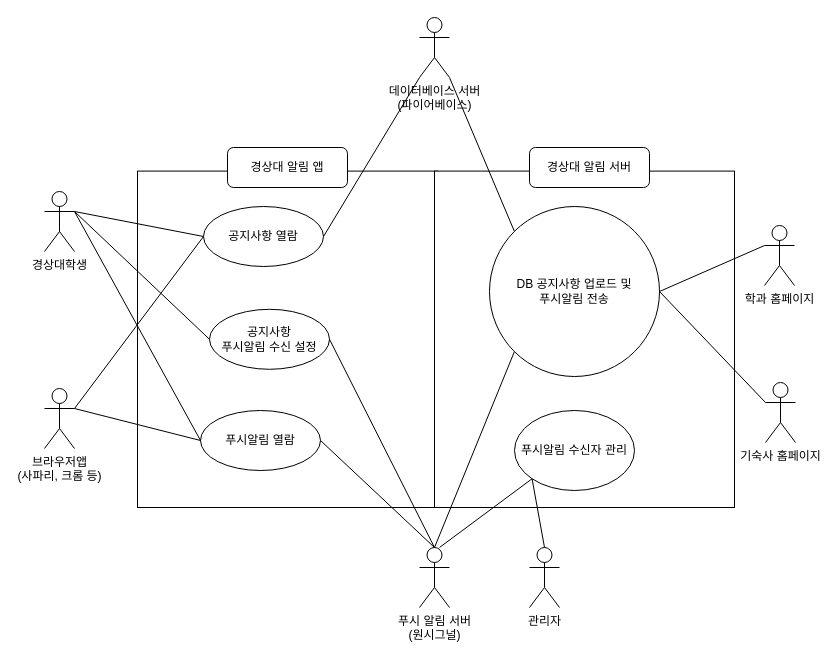
GoSeongJin/gnu-app keeps this draw.io diagram as Untitled Diagram.drawio. Above is the earlier version. Source tidied: cells renumbered, new cells numbered last; positions are measured from the earlier drawing's top-left corner, leaving out a move shared by most shapes. Both pictures are drawn from the tidied source at 100%, with x=0, y=0 at pixel (44, 17).
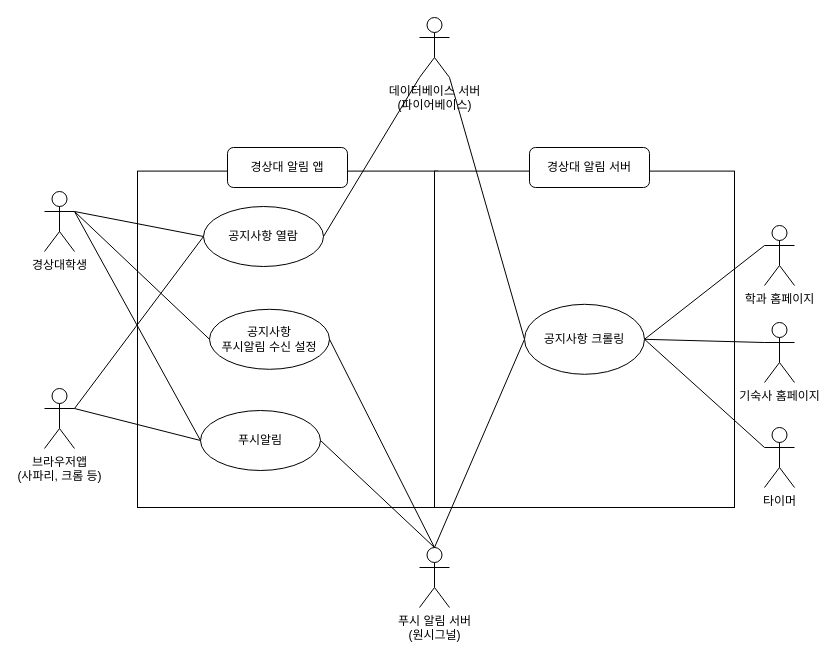
After the change.

Unchanged cells that the change refers to:
```xml
<mxCell id="10" value="데이터베이스 서버&lt;br&gt;(파이어베이스)" style="shape=umlActor;verticalLabelPosition=bottom;verticalAlign=top;html=1;outlineConnect=0;fontColor=default;strokeColor=default;fillColor=default;" parent="1" vertex="1">
  <mxGeometry x="375" width="30" height="60" as="geometry" />
</mxCell>
<mxCell id="11" value="학과 홈페이지" style="shape=umlActor;verticalLabelPosition=bottom;verticalAlign=top;html=1;outlineConnect=0;fontColor=default;strokeColor=default;fillColor=default;" parent="1" vertex="1">
  <mxGeometry x="720" y="208" width="30" height="60" as="geometry" />
</mxCell>
<mxCell id="13" value="푸시 알림 서버&lt;br&gt;(원시그널)" style="shape=umlActor;verticalLabelPosition=bottom;verticalAlign=top;html=1;outlineConnect=0;fontColor=default;strokeColor=default;fillColor=default;" parent="1" vertex="1">
  <mxGeometry x="375" y="530" width="30" height="60" as="geometry" />
</mxCell>
```

Diff of the diagram source:
```diff
@@
-    <mxCell id="7" value="푸시알림 열람" style="ellipse;whiteSpace=wrap;html=1;" parent="1" vertex="1">
+    <mxCell id="7" value="푸시알림" style="ellipse;whiteSpace=wrap;html=1;" parent="1" vertex="1">
       <mxGeometry x="156" y="393" width="120" height="60" as="geometry" />
     </mxCell>
@@
     <mxCell id="12" value="기숙사 홈페이지" style="shape=umlActor;verticalLabelPosition=bottom;verticalAlign=top;html=1;outlineConnect=0;fontColor=default;strokeColor=default;fillColor=default;" parent="1" vertex="1">
-      <mxGeometry x="721" y="365" width="30" height="60" as="geometry" />
+      <mxGeometry x="720" y="305" width="30" height="60" as="geometry" />
     </mxCell>
@@
-    <mxCell id="22" value="DB 공지사항 업로드 및 &lt;br&gt;푸시알림 전송" style="ellipse;whiteSpace=wrap;html=1;" parent="1" vertex="1">
-      <mxGeometry x="445" y="189" width="170" height="170" as="geometry" />
-    </mxCell>
-    <mxCell id="23" style="endArrow=none;html=1;rounded=0;entryX=1;entryY=0.5;entryDx=0;entryDy=0;exitX=0.5;exitY=0;exitDx=0;exitDy=0;exitPerimeter=0;" parent="1" edge="1" source="13" target="7">
+    <mxCell id="23" style="endArrow=none;html=1;rounded=0;exitX=0.5;exitY=0;exitDx=0;exitDy=0;exitPerimeter=0;entryX=1;entryY=0.5;entryDx=0;entryDy=0;" parent="1" edge="1" source="13" target="7">
       <mxGeometry relative="1" as="geometry" />
     </mxCell>
@@
-    <mxCell id="25" style="endArrow=none;html=1;rounded=0;entryX=1;entryY=1;entryDx=0;entryDy=0;entryPerimeter=0;exitX=0;exitY=0;exitDx=0;exitDy=0;" parent="1" edge="1" source="22" target="10">
+    <mxCell id="25" style="endArrow=none;html=1;rounded=0;entryX=1;entryY=1;entryDx=0;entryDy=0;entryPerimeter=0;exitX=0;exitY=0.5;exitDx=0;exitDy=0;" parent="1" edge="1" source="35" target="10">
       <mxGeometry relative="1" as="geometry" />
     </mxCell>
-    <mxCell id="26" style="endArrow=none;html=1;rounded=0;exitX=0.5;exitY=0;exitDx=0;exitDy=0;exitPerimeter=0;entryX=0;entryY=1;entryDx=0;entryDy=0;" parent="1" edge="1" source="13" target="22">
+    <mxCell id="26" style="endArrow=none;html=1;rounded=0;exitX=0.5;exitY=0;exitDx=0;exitDy=0;exitPerimeter=0;entryX=0;entryY=0.5;entryDx=0;entryDy=0;" parent="1" edge="1" source="13" target="35">
       <mxGeometry relative="1" as="geometry" />
     </mxCell>
-    <mxCell id="27" style="endArrow=none;html=1;rounded=0;entryX=0;entryY=0.3333333333333333;entryDx=0;entryDy=0;entryPerimeter=0;exitX=1;exitY=0.5;exitDx=0;exitDy=0;" parent="1" edge="1" source="22" target="11">
+    <mxCell id="27" style="endArrow=none;html=1;rounded=0;entryX=0;entryY=0.3333333333333333;entryDx=0;entryDy=0;entryPerimeter=0;exitX=1;exitY=0.5;exitDx=0;exitDy=0;" parent="1" edge="1" source="35" target="11">
       <mxGeometry relative="1" as="geometry" />
     </mxCell>
-    <mxCell id="28" style="endArrow=none;html=1;rounded=0;entryX=1;entryY=0.5;entryDx=0;entryDy=0;exitX=0;exitY=0.3333333333333333;exitDx=0;exitDy=0;exitPerimeter=0;" parent="1" edge="1" source="12" target="22">
+    <mxCell id="28" style="endArrow=none;html=1;rounded=0;entryX=1;entryY=0.5;entryDx=0;entryDy=0;exitX=0;exitY=0.3333333333333333;exitDx=0;exitDy=0;exitPerimeter=0;" parent="1" edge="1" source="12" target="35">
       <mxGeometry relative="1" as="geometry" />
     </mxCell>
-    <mxCell id="29" value="관리자" style="shape=umlActor;verticalLabelPosition=bottom;verticalAlign=top;html=1;outlineConnect=0;" parent="1" vertex="1">
-      <mxGeometry x="485" y="530" width="30" height="60" as="geometry" />
-    </mxCell>
-    <mxCell id="30" style="endArrow=none;html=1;rounded=0;entryX=0;entryY=1;entryDx=0;entryDy=0;" parent="1" edge="1" target="31">
-      <mxGeometry relative="1" as="geometry">
-        <mxPoint x="395" y="530" as="sourcePoint" />
-      </mxGeometry>
-    </mxCell>
-    <mxCell id="31" value="푸시알림 수신자 관리" style="ellipse;whiteSpace=wrap;html=1;" parent="1" vertex="1">
-      <mxGeometry x="470" y="393" width="120" height="80" as="geometry" />
-    </mxCell>
-    <mxCell id="32" style="endArrow=none;html=1;rounded=0;exitX=0;exitY=1;exitDx=0;exitDy=0;entryX=0.5;entryY=0;entryDx=0;entryDy=0;entryPerimeter=0;" parent="1" edge="1" source="31" target="29">
-      <mxGeometry relative="1" as="geometry" />
-    </mxCell>
+    <mxCell id="33" value="타이머" style="shape=umlActor;verticalLabelPosition=bottom;verticalAlign=top;html=1;outlineConnect=0;fontColor=default;strokeColor=default;fillColor=default;" parent="1" vertex="1">
+      <mxGeometry x="720" y="410" width="30" height="60" as="geometry" />
+    </mxCell>
+    <mxCell id="34" style="endArrow=none;html=1;rounded=0;exitX=0;exitY=0.3333333333333333;exitDx=0;exitDy=0;exitPerimeter=0;entryX=1;entryY=0.5;entryDx=0;entryDy=0;" parent="1" edge="1" source="33" target="35">
+      <mxGeometry relative="1" as="geometry" />
+    </mxCell>
+    <mxCell id="35" value="공지사항 크롤링" style="ellipse;whiteSpace=wrap;html=1;" parent="1" vertex="1">
+      <mxGeometry x="480" y="286.8" width="120" height="70" as="geometry" />
+    </mxCell>
```
